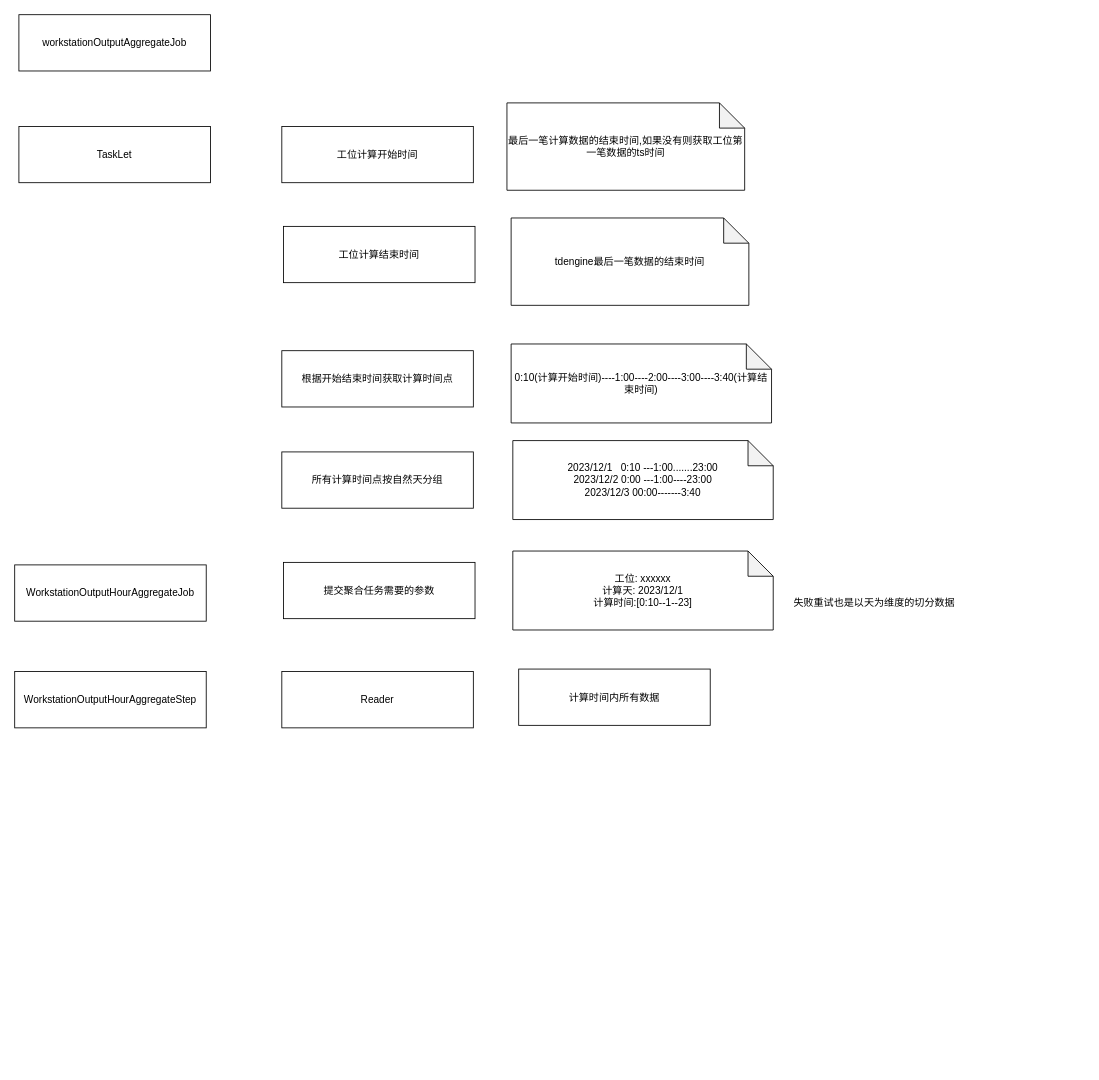
Earlier version of the draw.io diagram 20231212.drawio (liangleiA/MyRepository). Source tidied: cells renumbered, new cells numbered last; positions are measured from the earlier drawing's top-left corner, leaving out a move shared by most shapes. Both pictures are drawn from the tidied source at 84%, with x=0, y=0 at pixel (14, 14).
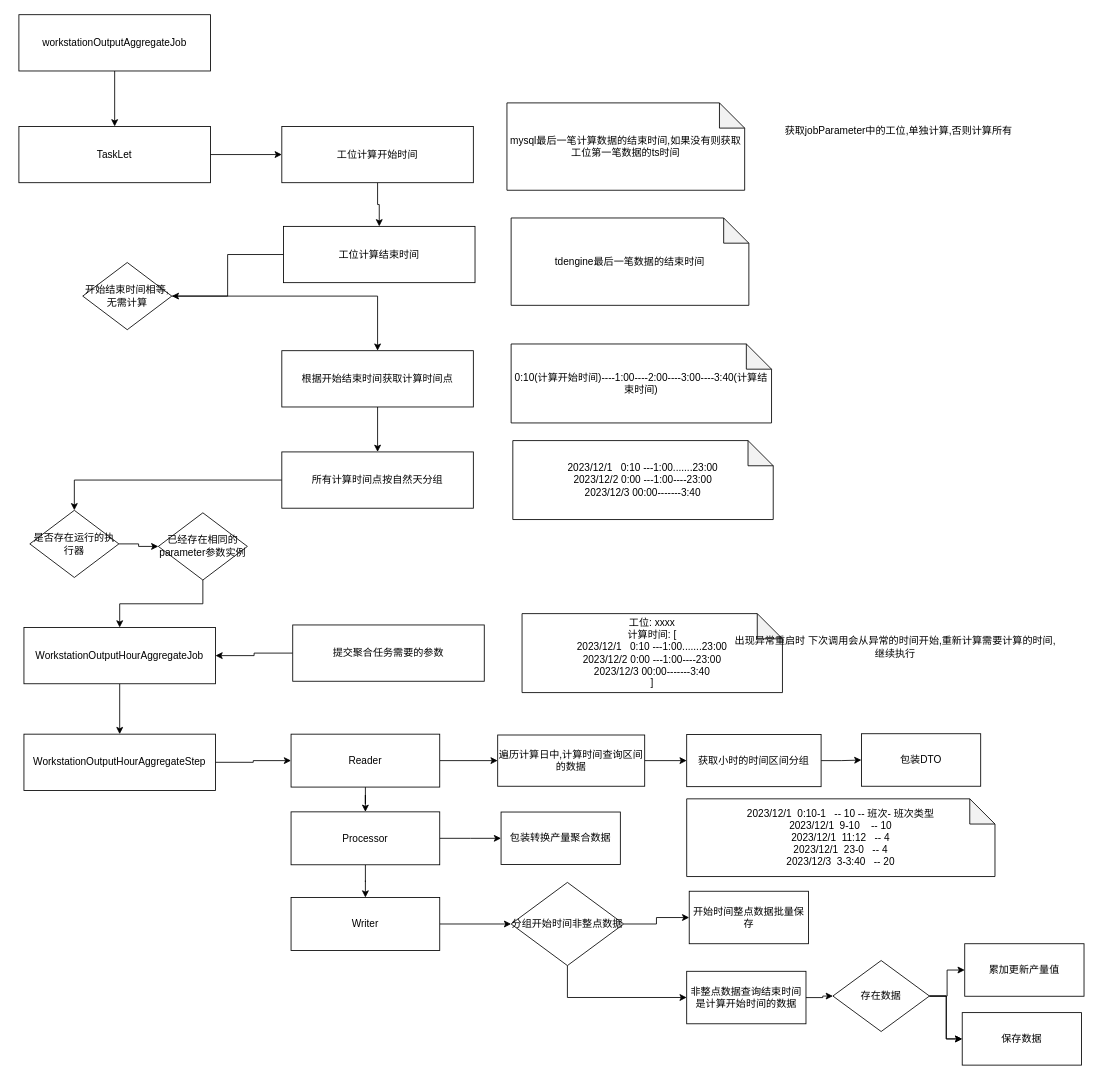
The same diagram, later.

The change refers to these unchanged cells:
```xml
<mxCell id="2" value="workstationOutputAggregateJob" style="rounded=0;whiteSpace=wrap;html=1;" parent="1" vertex="1">
  <mxGeometry x="5" width="228" height="67" as="geometry" />
</mxCell>
<mxCell id="3" value="TaskLet" style="rounded=0;whiteSpace=wrap;html=1;" parent="1" vertex="1">
  <mxGeometry x="5" y="133" width="228" height="67" as="geometry" />
</mxCell>
<mxCell id="4" value="工位计算开始时间" style="rounded=0;whiteSpace=wrap;html=1;" parent="1" vertex="1">
  <mxGeometry x="318" y="133" width="228" height="67" as="geometry" />
</mxCell>
<mxCell id="5" value="工位计算结束时间" style="rounded=0;whiteSpace=wrap;html=1;" parent="1" vertex="1">
  <mxGeometry x="320" y="252" width="228" height="67" as="geometry" />
</mxCell>
<mxCell id="8" value="根据开始结束时间获取计算时间点" style="rounded=0;whiteSpace=wrap;html=1;" parent="1" vertex="1">
  <mxGeometry x="318" y="400" width="228" height="67" as="geometry" />
</mxCell>
<mxCell id="12" value="所有计算时间点按自然天分组" style="rounded=0;whiteSpace=wrap;html=1;" parent="1" vertex="1">
  <mxGeometry x="318" y="520.5" width="228" height="67" as="geometry" />
</mxCell>
```

The edit, as a diff of the source:
```diff
@@
+    <mxCell id="19" style="edgeStyle=orthogonalEdgeStyle;rounded=0;jettySize=auto;html=1;" parent="1" edge="1" source="2" target="3">
+      <mxGeometry relative="1" as="geometry" />
+    </mxCell>
@@
+    <mxCell id="20" style="edgeStyle=orthogonalEdgeStyle;rounded=0;jettySize=auto;html=1;entryX=0;entryY=0.5;entryDx=0;entryDy=0;" parent="1" edge="1" source="3" target="4">
+      <mxGeometry relative="1" as="geometry" />
+    </mxCell>
@@
+    <mxCell id="21" style="edgeStyle=orthogonalEdgeStyle;rounded=0;jettySize=auto;html=1;entryX=0.5;entryY=0;entryDx=0;entryDy=0;" parent="1" edge="1" source="4" target="5">
+      <mxGeometry relative="1" as="geometry" />
+    </mxCell>
@@
+    <mxCell id="22" style="edgeStyle=orthogonalEdgeStyle;rounded=0;jettySize=auto;html=1;" parent="1" edge="1" source="5" target="35">
+      <mxGeometry relative="1" as="geometry" />
+    </mxCell>
@@
-    <mxCell id="6" value="最后一笔计算数据的结束时间,如果没有则获取工位第一笔数据的ts时间" style="shape=note;whiteSpace=wrap;html=1;backgroundOutline=1;darkOpacity=0.05;" parent="1" vertex="1">
+    <mxCell id="6" value="mysql最后一笔计算数据的结束时间,如果没有则获取工位第一笔数据的ts时间" style="shape=note;whiteSpace=wrap;html=1;backgroundOutline=1;darkOpacity=0.05;" parent="1" vertex="1">
       <mxGeometry x="586" y="105" width="283" height="104" as="geometry" />
     </mxCell>
@@
+    <mxCell id="23" style="edgeStyle=orthogonalEdgeStyle;rounded=0;jettySize=auto;html=1;" parent="1" edge="1" source="8" target="12">
+      <mxGeometry relative="1" as="geometry" />
+    </mxCell>
@@
+    <mxCell id="24" style="edgeStyle=orthogonalEdgeStyle;rounded=0;jettySize=auto;html=1;" parent="1" edge="1" source="10" target="11">
+      <mxGeometry relative="1" as="geometry" />
+    </mxCell>
     <mxCell id="10" value="WorkstationOutputHourAggregateJob" style="rounded=0;whiteSpace=wrap;html=1;" parent="1" vertex="1">
-      <mxGeometry y="655" width="228" height="67" as="geometry" />
+      <mxGeometry x="11" y="729.5" width="228" height="67" as="geometry" />
     </mxCell>
+    <mxCell id="25" style="edgeStyle=orthogonalEdgeStyle;rounded=0;jettySize=auto;html=1;entryX=0;entryY=0.5;entryDx=0;entryDy=0;" parent="1" edge="1" source="11" target="17">
+      <mxGeometry relative="1" as="geometry" />
+    </mxCell>
     <mxCell id="11" value="WorkstationOutputHourAggregateStep" style="rounded=0;whiteSpace=wrap;html=1;" parent="1" vertex="1">
-      <mxGeometry y="782" width="228" height="67" as="geometry" />
+      <mxGeometry x="11" y="856.5" width="228" height="67" as="geometry" />
     </mxCell>
+    <mxCell id="26" style="edgeStyle=orthogonalEdgeStyle;rounded=0;jettySize=auto;html=1;" parent="1" edge="1" source="12" target="38">
+      <mxGeometry relative="1" as="geometry" />
+    </mxCell>
@@
+    <mxCell id="27" style="edgeStyle=orthogonalEdgeStyle;rounded=0;jettySize=auto;html=1;entryX=1;entryY=0.5;entryDx=0;entryDy=0;" parent="1" edge="1" source="14" target="10">
+      <mxGeometry relative="1" as="geometry" />
+    </mxCell>
     <mxCell id="14" value="提交聚合任务需要的参数" style="rounded=0;whiteSpace=wrap;html=1;" parent="1" vertex="1">
-      <mxGeometry x="320" y="652" width="228" height="67" as="geometry" />
+      <mxGeometry x="331" y="726.5" width="228" height="67" as="geometry" />
     </mxCell>
-    <mxCell id="15" value="工位: xxxxxx&lt;br&gt;计算天: 2023/12/1&lt;br&gt;计算时间:[0:10--1--23]" style="shape=note;whiteSpace=wrap;html=1;backgroundOutline=1;darkOpacity=0.05;" parent="1" vertex="1">
-      <mxGeometry x="593" y="638.5" width="310" height="94" as="geometry" />
+    <mxCell id="15" value="工位: xxxx&lt;br&gt;计算时间: [&lt;br&gt;2023/12/1&amp;nbsp; &amp;nbsp;0:10 ---1:00.......23:00&lt;br style=&quot;border-color: var(--border-color);&quot;&gt;2023/12/2 0:00 ---1:00----23:00&lt;br style=&quot;border-color: var(--border-color);&quot;&gt;2023/12/3 00:00-------3:40&lt;br&gt;]" style="shape=note;whiteSpace=wrap;html=1;backgroundOutline=1;darkOpacity=0.05;" parent="1" vertex="1">
+      <mxGeometry x="604" y="713" width="310" height="94" as="geometry" />
     </mxCell>
-    <mxCell id="16" value="失败重试也是以天为维度的切分数据" style="text;html=1;align=center;verticalAlign=middle;strokeColor=none;fillColor=none;" parent="1" vertex="1">
-      <mxGeometry x="918" y="687.5" width="210" height="26" as="geometry" />
+    <mxCell id="16" value="出现异常重启时 下次调用会从异常的时间开始,重新计算需要计算的时间, &lt;br&gt;继续执行" style="text;html=1;align=center;verticalAlign=middle;strokeColor=none;fillColor=none;" parent="1" vertex="1">
+      <mxGeometry x="848" y="732.5" width="400" height="41" as="geometry" />
     </mxCell>
+    <mxCell id="28" style="edgeStyle=orthogonalEdgeStyle;rounded=0;jettySize=auto;html=1;" parent="1" edge="1" source="17" target="18">
+      <mxGeometry relative="1" as="geometry" />
+    </mxCell>
+    <mxCell id="29" style="edgeStyle=orthogonalEdgeStyle;rounded=0;jettySize=auto;html=1;" parent="1" edge="1" source="17" target="43">
+      <mxGeometry relative="1" as="geometry" />
+    </mxCell>
     <mxCell id="17" value="Reader" style="rounded=0;whiteSpace=wrap;html=1;" parent="1" vertex="1">
-      <mxGeometry x="318" y="782" width="228" height="67" as="geometry" />
+      <mxGeometry x="329" y="856.5" width="177" height="63" as="geometry" />
     </mxCell>
+    <mxCell id="30" style="edgeStyle=orthogonalEdgeStyle;rounded=0;jettySize=auto;html=1;" parent="1" edge="1" source="18" target="32">
+      <mxGeometry relative="1" as="geometry" />
+    </mxCell>
-    <mxCell id="18" value="计算时间内所有数据" style="rounded=0;whiteSpace=wrap;html=1;" parent="1" vertex="1">
-      <mxGeometry x="600" y="779" width="228" height="67" as="geometry" />
+    <mxCell id="18" value="遍历计算日中,计算时间查询区间的数据" style="rounded=0;whiteSpace=wrap;html=1;" parent="1" vertex="1">
+      <mxGeometry x="575" y="857.5" width="175" height="61" as="geometry" />
     </mxCell>
+    <mxCell id="31" style="edgeStyle=orthogonalEdgeStyle;rounded=0;jettySize=auto;html=1;" parent="1" edge="1" source="32" target="33">
+      <mxGeometry relative="1" as="geometry" />
+    </mxCell>
+    <mxCell id="32" value="获取小时的时间区间分组" style="rounded=0;whiteSpace=wrap;html=1;" parent="1" vertex="1">
+      <mxGeometry x="800" y="857" width="160" height="62" as="geometry" />
+    </mxCell>
+    <mxCell id="33" value="包装DTO" style="rounded=0;whiteSpace=wrap;html=1;" parent="1" vertex="1">
+      <mxGeometry x="1008" y="856" width="142" height="62.5" as="geometry" />
+    </mxCell>
+    <mxCell id="34" style="edgeStyle=orthogonalEdgeStyle;rounded=0;jettySize=auto;html=1;" parent="1" edge="1" source="35" target="8">
+      <mxGeometry relative="1" as="geometry" />
+    </mxCell>
+    <mxCell id="35" value="开始结束时间相等,无需计算" style="rhombus;whiteSpace=wrap;html=1;" parent="1" vertex="1">
+      <mxGeometry x="81" y="295" width="106" height="80" as="geometry" />
+    </mxCell>
+    <mxCell id="36" value="获取jobParameter中的工位,单独计算,否则计算所有" style="text;html=1;align=center;verticalAlign=middle;strokeColor=none;fillColor=none;" parent="1" vertex="1">
+      <mxGeometry x="907.5" y="125" width="289" height="26" as="geometry" />
+    </mxCell>
+    <mxCell id="37" style="edgeStyle=orthogonalEdgeStyle;rounded=0;jettySize=auto;html=1;" parent="1" edge="1" source="38" target="40">
+      <mxGeometry relative="1" as="geometry" />
+    </mxCell>
+    <mxCell id="38" value="是否存在运行的执行器" style="rhombus;whiteSpace=wrap;html=1;" parent="1" vertex="1">
+      <mxGeometry x="18" y="590" width="106" height="80" as="geometry" />
+    </mxCell>
+    <mxCell id="39" style="edgeStyle=orthogonalEdgeStyle;rounded=0;jettySize=auto;html=1;" parent="1" edge="1" source="40" target="10">
+      <mxGeometry relative="1" as="geometry" />
+    </mxCell>
+    <mxCell id="40" value="已经存在相同的parameter参数实例" style="rhombus;whiteSpace=wrap;html=1;" parent="1" vertex="1">
+      <mxGeometry x="171" y="593" width="106" height="80" as="geometry" />
+    </mxCell>
+    <mxCell id="41" style="edgeStyle=orthogonalEdgeStyle;rounded=0;jettySize=auto;html=1;" parent="1" edge="1" source="43" target="46">
+      <mxGeometry relative="1" as="geometry" />
+    </mxCell>
+    <mxCell id="42" style="edgeStyle=orthogonalEdgeStyle;rounded=0;jettySize=auto;html=1;" parent="1" edge="1" source="43" target="44">
+      <mxGeometry relative="1" as="geometry" />
+    </mxCell>
+    <mxCell id="43" value="Processor" style="rounded=0;whiteSpace=wrap;html=1;" parent="1" vertex="1">
+      <mxGeometry x="329" y="949" width="177" height="63" as="geometry" />
+    </mxCell>
+    <mxCell id="44" value="包装转换产量聚合数据" style="rounded=0;whiteSpace=wrap;html=1;" parent="1" vertex="1">
+      <mxGeometry x="579" y="949.2" width="142" height="62.5" as="geometry" />
+    </mxCell>
+    <mxCell id="45" style="edgeStyle=orthogonalEdgeStyle;rounded=0;jettySize=auto;html=1;" parent="1" edge="1" source="46" target="51">
+      <mxGeometry relative="1" as="geometry" />
+    </mxCell>
+    <mxCell id="46" value="Writer" style="rounded=0;whiteSpace=wrap;html=1;" parent="1" vertex="1">
+      <mxGeometry x="329" y="1051" width="177" height="63" as="geometry" />
+    </mxCell>
+    <mxCell id="47" value="2023/12/1&amp;nbsp; 0:10-1&amp;nbsp; &amp;nbsp;-- 10 -- 班次- 班次类型&lt;br&gt;2023/12/1&amp;nbsp; 9-10&amp;nbsp; &amp;nbsp; -- 10&lt;br&gt;2023/12/1&amp;nbsp; 11:12&amp;nbsp; &amp;nbsp;-- 4&lt;br&gt;2023/12/1&amp;nbsp; 23-0&amp;nbsp; &amp;nbsp;-- 4&lt;br&gt;2023/12/3&amp;nbsp; 3-3:40&amp;nbsp; &amp;nbsp;-- 20&lt;br&gt;" style="shape=note;whiteSpace=wrap;html=1;backgroundOutline=1;darkOpacity=0.05;" parent="1" vertex="1">
+      <mxGeometry x="800" y="933.5" width="367" height="92.5" as="geometry" />
+    </mxCell>
+    <mxCell id="48" value="开始时间整点数据批量保存" style="rounded=0;whiteSpace=wrap;html=1;" parent="1" vertex="1">
+      <mxGeometry x="803" y="1043.5" width="142" height="62.5" as="geometry" />
+    </mxCell>
+    <mxCell id="49" style="edgeStyle=orthogonalEdgeStyle;rounded=0;jettySize=auto;html=1;" parent="1" edge="1" source="51" target="48">
+      <mxGeometry relative="1" as="geometry" />
+    </mxCell>
+    <mxCell id="50" style="edgeStyle=orthogonalEdgeStyle;rounded=0;jettySize=auto;html=1;" parent="1" edge="1" source="51" target="53">
+      <mxGeometry relative="1" as="geometry">
+        <Array as="points">
+          <mxPoint x="658" y="1170" />
+        </Array>
+      </mxGeometry>
+    </mxCell>
+    <mxCell id="51" value="分组开始时间非整点数据" style="rhombus;whiteSpace=wrap;html=1;" parent="1" vertex="1">
+      <mxGeometry x="591" y="1033" width="134" height="99" as="geometry" />
+    </mxCell>
+    <mxCell id="52" style="edgeStyle=orthogonalEdgeStyle;rounded=0;jettySize=auto;html=1;" parent="1" edge="1" source="53" target="57">
+      <mxGeometry relative="1" as="geometry" />
+    </mxCell>
+    <mxCell id="53" value="非整点数据查询结束时间是计算开始时间的数据" style="rounded=0;whiteSpace=wrap;html=1;" parent="1" vertex="1">
+      <mxGeometry x="800" y="1138.8" width="142" height="62.5" as="geometry" />
+    </mxCell>
+    <mxCell id="54" style="edgeStyle=orthogonalEdgeStyle;rounded=0;jettySize=auto;html=1;" parent="1" edge="1" source="57" target="59">
+      <mxGeometry relative="1" as="geometry" />
+    </mxCell>
+    <mxCell id="55" style="edgeStyle=orthogonalEdgeStyle;rounded=0;jettySize=auto;html=1;" parent="1" edge="1" source="57" target="59">
+      <mxGeometry relative="1" as="geometry" />
+    </mxCell>
+    <mxCell id="56" style="edgeStyle=orthogonalEdgeStyle;rounded=0;jettySize=auto;html=1;" parent="1" edge="1" source="57" target="58">
+      <mxGeometry relative="1" as="geometry" />
+    </mxCell>
+    <mxCell id="57" value="存在数据" style="rhombus;whiteSpace=wrap;html=1;" parent="1" vertex="1">
+      <mxGeometry x="974" y="1126" width="115" height="84.5" as="geometry" />
+    </mxCell>
+    <mxCell id="58" value="累加更新产量值" style="rounded=0;whiteSpace=wrap;html=1;" parent="1" vertex="1">
+      <mxGeometry x="1131" y="1106" width="142" height="62.5" as="geometry" />
+    </mxCell>
+    <mxCell id="59" value="保存数据" style="rounded=0;whiteSpace=wrap;html=1;" parent="1" vertex="1">
+      <mxGeometry x="1128" y="1188" width="142" height="62.5" as="geometry" />
+    </mxCell>
```
